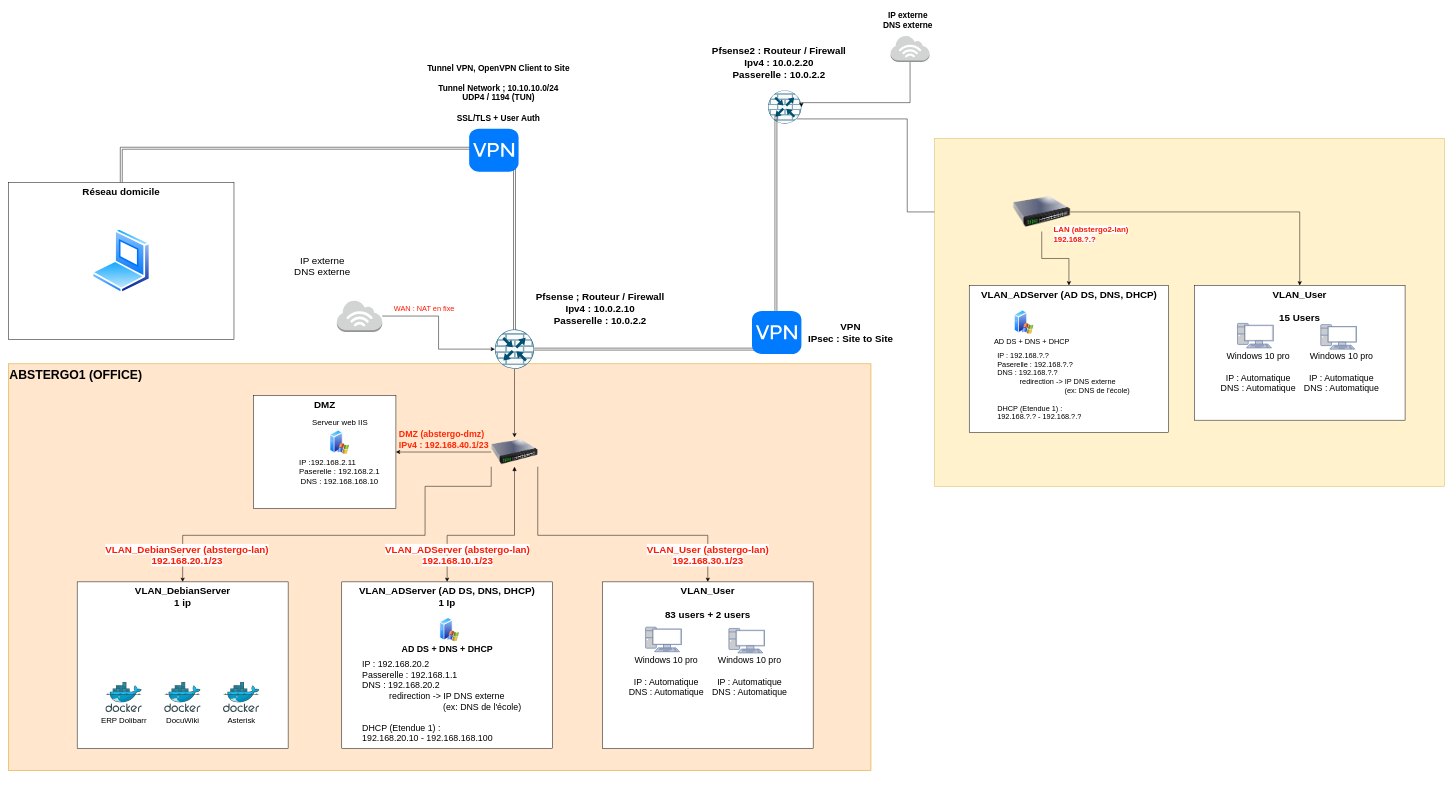
This is New Network Architecture Abstergo.drawio from CharifMah/AbstergoAnimus, a draw.io file, before an edit. Source tidied: cells renumbered, new cells numbered last; positions are measured from the earlier drawing's top-left corner, leaving out a move shared by most shapes. Both pictures are drawn from the tidied source at 49%, with x=0, y=0 at pixel (8, 8).
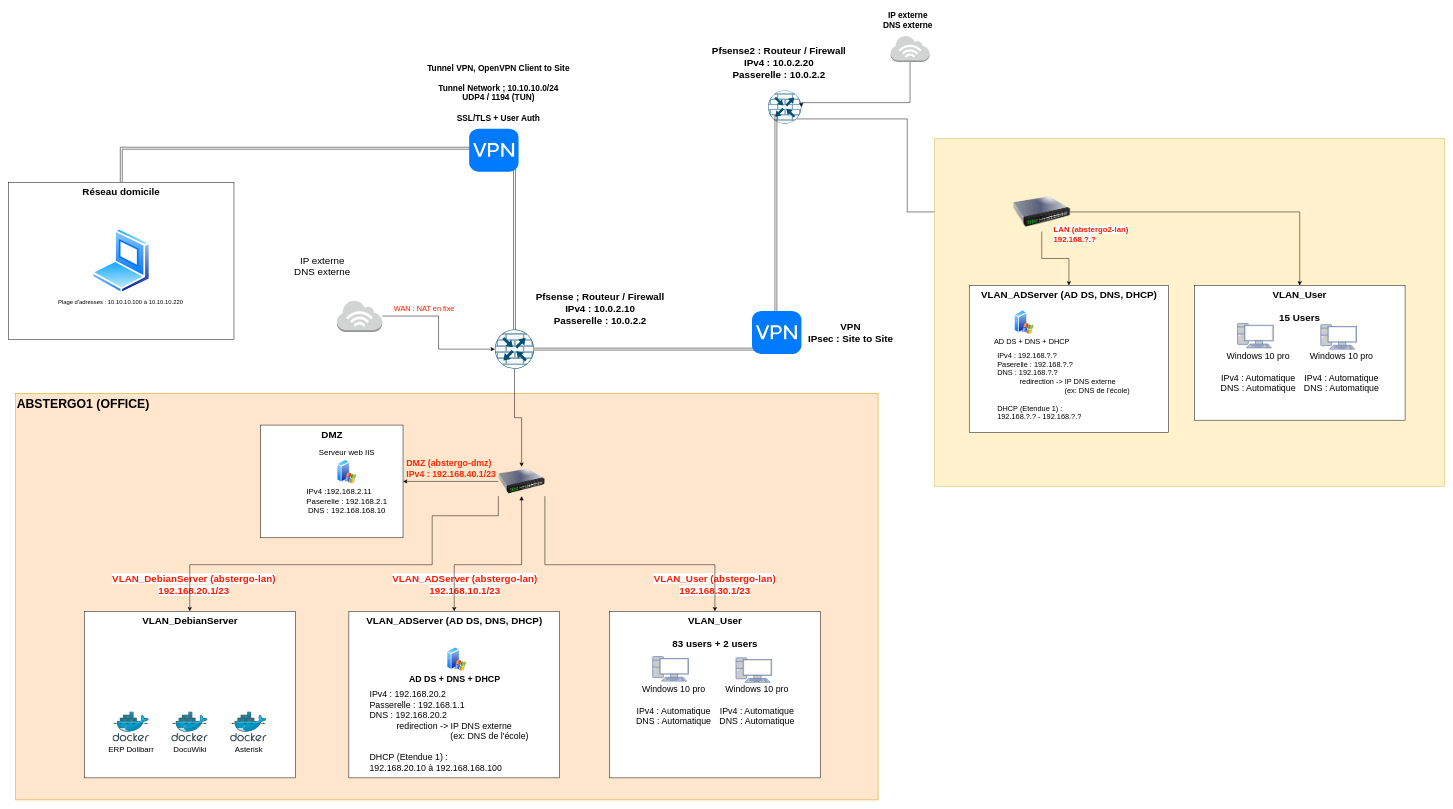
After the change.

Unchanged cells that the change refers to:
```xml
<mxCell id="5" style="sketch=0;points=[[0.5,0,0],[1,0.5,0],[0.5,1,0],[0,0.5,0],[0.145,0.145,0],[0.8555,0.145,0],[0.855,0.8555,0],[0.145,0.855,0]];verticalLabelPosition=bottom;html=1;verticalAlign=top;align=center;shape=mxgraph.cisco19.rect;prIcon=router_with_firewall;fillColor=#FAFAFA;strokeColor=#005073;fontSize=15;" parent="1" vertex="1">
  <mxGeometry x="992.5" y="655" width="80" height="80" as="geometry" />
</mxCell>
<mxCell id="27" style="group;" parent="1" vertex="1">
  <mxGeometry y="355" width="460" height="320" as="geometry" />
</mxCell>
<mxCell id="34" style="group;" parent="32" vertex="1">
  <mxGeometry x="37" y="50" width="308" height="235" as="geometry" />
</mxCell>
<mxCell id="40" style="group;" parent="38" vertex="1">
  <mxGeometry x="210" y="80" width="180" height="147.5" as="geometry" />
</mxCell>
<mxCell id="43" style="group;" parent="38" vertex="1">
  <mxGeometry x="40" y="77.5" width="180" height="150" as="geometry" />
</mxCell>
<mxCell id="53" style="group;" parent="51" vertex="1">
  <mxGeometry y="85" width="430.5" height="340" as="geometry" />
</mxCell>
<mxCell id="62" style="group;" parent="61" vertex="1">
  <mxGeometry width="430" height="340" as="geometry" />
</mxCell>
<mxCell id="64" style="group;" parent="62" vertex="1">
  <mxGeometry x="40" y="72.5" width="350" height="267.5" as="geometry" />
</mxCell>
<mxCell id="71" value="&lt;font style=&quot;font-size: 20px;&quot;&gt;&lt;b&gt;VLAN_User&lt;br&gt;&lt;br&gt;83 users + 2 users&lt;br&gt;&lt;/b&gt;&lt;/font&gt;" style="rounded=0;whiteSpace=wrap;html=1;verticalAlign=top;" parent="70" vertex="1">
  <mxGeometry width="430" height="340" as="geometry" />
</mxCell>
<mxCell id="72" style="group;" parent="70" vertex="1">
  <mxGeometry x="210" y="95" width="180" height="147.5" as="geometry" />
</mxCell>
<mxCell id="75" style="group;" parent="70" vertex="1">
  <mxGeometry x="40" y="92.5" width="180" height="150" as="geometry" />
</mxCell>
<mxCell id="81" value="&lt;font style=&quot;font-size: 20px;&quot;&gt;&lt;b&gt;DMZ&lt;/b&gt;&lt;/font&gt;" style="rounded=0;whiteSpace=wrap;html=1;verticalAlign=top;" parent="80" vertex="1">
  <mxGeometry width="290.5" height="230" as="geometry" />
</mxCell>
<mxCell id="82" style="group;" parent="80" vertex="1">
  <mxGeometry x="80.2" y="40" width="190" height="150" as="geometry" />
</mxCell>
```

Diff of the diagram source:
```diff
@@
-    <mxCell id="2" value="&lt;font size=&quot;1&quot; style=&quot;&quot;&gt;&lt;b style=&quot;font-size: 25px;&quot;&gt;ABSTERGO1 (OFFICE)&lt;/b&gt;&lt;/font&gt;" style="rounded=0;whiteSpace=wrap;html=1;verticalAlign=top;fillColor=#ffe6cc;strokeColor=#d79b00;align=left;" parent="1" vertex="1">
-      <mxGeometry y="725" width="1760" height="830" as="geometry" />
-    </mxCell>
-    <mxCell id="3" style="edgeStyle=orthogonalEdgeStyle;rounded=0;jettySize=auto;html=1;exitX=0;exitY=1;exitDx=0;exitDy=0;entryX=0.5;entryY=0;entryDx=0;entryDy=0;" parent="1" edge="1" source="11" target="54">
-      <mxGeometry relative="1" as="geometry">
-        <Array as="points">
-          <mxPoint x="985" y="975" />
-          <mxPoint x="850" y="975" />
-          <mxPoint x="850" y="1075" />
-          <mxPoint x="355" y="1075" />
-        </Array>
-      </mxGeometry>
-    </mxCell>
-    <mxCell id="4" style="edgeStyle=orthogonalEdgeStyle;rounded=0;jettySize=auto;html=1;exitX=0.5;exitY=1;exitDx=0;exitDy=0;exitPerimeter=0;entryX=0.5;entryY=0;entryDx=0;entryDy=0;" parent="1" edge="1" source="5" target="11">
-      <mxGeometry relative="1" as="geometry" />
-    </mxCell>
@@
-    <mxCell id="8" style="edgeStyle=orthogonalEdgeStyle;rounded=0;jettySize=auto;html=1;exitX=1;exitY=1;exitDx=0;exitDy=0;entryX=0.5;entryY=0;entryDx=0;entryDy=0;" parent="1" edge="1" source="11" target="71">
-      <mxGeometry relative="1" as="geometry">
-        <Array as="points">
-          <mxPoint x="1080" y="1075" />
-          <mxPoint x="1427" y="1075" />
-        </Array>
-      </mxGeometry>
-    </mxCell>
-    <mxCell id="9" style="edgeStyle=orthogonalEdgeStyle;rounded=0;jettySize=auto;html=1;entryX=0.5;entryY=0;entryDx=0;entryDy=0;startArrow=block;startFill=1;" parent="1" edge="1" source="11" target="63">
-      <mxGeometry relative="1" as="geometry">
-        <Array as="points">
-          <mxPoint x="1033" y="1075" />
-          <mxPoint x="895" y="1075" />
-        </Array>
-      </mxGeometry>
-    </mxCell>
-    <mxCell id="10" style="edgeStyle=orthogonalEdgeStyle;rounded=0;jettySize=auto;html=1;entryX=1;entryY=0.5;entryDx=0;entryDy=0;" parent="1" edge="1" source="11" target="81">
-      <mxGeometry relative="1" as="geometry" />
-    </mxCell>
-    <mxCell id="11" style="image;html=1;image=img/lib/clip_art/networking/Switch_128x128.png;" parent="1" vertex="1">
-      <mxGeometry x="985" y="875" width="95" height="60" as="geometry" />
-    </mxCell>
@@
-    <mxCell id="15" value="&lt;font style=&quot;font-size: 20px;&quot;&gt;Pfsense2 : Routeur / Firewall&lt;br style=&quot;font-size: 20px;&quot;&gt;Ipv4 : 10.0.2.20&lt;br style=&quot;font-size: 20px;&quot;&gt;Passerelle : 10.0.2.2&lt;br style=&quot;font-size: 20px;&quot;&gt;&lt;/font&gt;" style="text;html=1;align=center;verticalAlign=middle;strokeColor=none;fillColor=none;fontSize=20;fontStyle=1;" parent="1" vertex="1">
+    <mxCell id="15" value="&lt;font style=&quot;font-size: 20px;&quot;&gt;Pfsense2 : Routeur / Firewall&lt;br style=&quot;font-size: 20px;&quot;&gt;IPv4 : 10.0.2.20&lt;br style=&quot;font-size: 20px;&quot;&gt;Passerelle : 10.0.2.2&lt;br style=&quot;font-size: 20px;&quot;&gt;&lt;/font&gt;" style="text;html=1;align=center;verticalAlign=middle;strokeColor=none;fillColor=none;fontSize=20;fontStyle=1;" parent="1" vertex="1">
       <mxGeometry x="1422" y="65" width="300" height="90" as="geometry" />
     </mxCell>
@@
-    <mxCell id="20" value="&lt;font style=&quot;font-size: 20px;&quot;&gt;&lt;b style=&quot;border-color: var(--border-color);&quot;&gt;Pfsense ; Routeur / Firewall&lt;/b&gt;&lt;b style=&quot;font-size: 20px;&quot;&gt;&lt;br&gt;Ipv4 : 10.0.2.10&lt;br style=&quot;font-size: 20px;&quot;&gt;Passerelle : 10.0.2.2&lt;/b&gt;&lt;br style=&quot;font-size: 20px;&quot;&gt;&lt;/font&gt;" style="text;html=1;strokeColor=none;fillColor=none;align=center;verticalAlign=middle;whiteSpace=wrap;rounded=0;fontSize=20;" parent="1" vertex="1">
+    <mxCell id="20" value="&lt;font style=&quot;font-size: 20px;&quot;&gt;&lt;b style=&quot;border-color: var(--border-color);&quot;&gt;Pfsense ; Routeur / Firewall&lt;/b&gt;&lt;b style=&quot;font-size: 20px;&quot;&gt;&lt;br&gt;IPv4 : 10.0.2.10&lt;br style=&quot;font-size: 20px;&quot;&gt;Passerelle : 10.0.2.2&lt;/b&gt;&lt;br style=&quot;font-size: 20px;&quot;&gt;&lt;/font&gt;" style="text;html=1;strokeColor=none;fillColor=none;align=center;verticalAlign=middle;whiteSpace=wrap;rounded=0;fontSize=20;" parent="1" vertex="1">
       <mxGeometry x="1070" y="562" width="275" height="100" as="geometry" />
     </mxCell>
@@
-    <mxCell id="29" style="image;perimeter=ellipsePerimeter;html=1;align=center;shadow=0;dashed=0;spacingTop=3;image=img/lib/active_directory/laptop_client.svg;" parent="27" vertex="1">
+    <mxCell id="29" value="Plage d'adresses : &lt;font style=&quot;font-size: 12px;&quot;&gt;10.10.10.100 à 10.10.10.220&lt;/font&gt;&amp;nbsp;" style="image;perimeter=ellipsePerimeter;html=1;align=center;shadow=0;dashed=0;spacingTop=3;image=img/lib/active_directory/laptop_client.svg;" parent="27" vertex="1">
       <mxGeometry x="169.7" y="93" width="120.6" height="134" as="geometry" />
     </mxCell>
@@
-    <mxCell id="37" value="IP : 192.168.?.?&lt;br style=&quot;font-size: 15px;&quot;&gt;Paserelle : 192.168.?.?&lt;br style=&quot;font-size: 15px;&quot;&gt;DNS : 192.168.?.?&lt;br style=&quot;font-size: 15px;&quot;&gt;&amp;nbsp; &amp;nbsp; &amp;nbsp; &amp;nbsp; &amp;nbsp; &amp;nbsp;redirection -&amp;gt; IP DNS externe&lt;br style=&quot;font-size: 15px;&quot;&gt;&amp;nbsp; &amp;nbsp; &amp;nbsp; &amp;nbsp; &amp;nbsp; &amp;nbsp; &amp;nbsp; &amp;nbsp; &amp;nbsp; &amp;nbsp; &amp;nbsp; &amp;nbsp; &amp;nbsp; &amp;nbsp; &amp;nbsp; &amp;nbsp; &amp;nbsp;(ex: DNS de l'école)&lt;br style=&quot;font-size: 15px;&quot;&gt;&lt;br style=&quot;font-size: 15px;&quot;&gt;DHCP (Etendue 1) :&lt;br style=&quot;font-size: 15px;&quot;&gt;192.168.?.? - 192.168.?.?" style="text;html=1;align=left;verticalAlign=middle;strokeColor=none;fillColor=none;fontSize=15;" parent="34" vertex="1">
+    <mxCell id="37" value="IPv4 : 192.168.?.?&lt;br style=&quot;font-size: 15px;&quot;&gt;Paserelle : 192.168.?.?&lt;br style=&quot;font-size: 15px;&quot;&gt;DNS : 192.168.?.?&lt;br style=&quot;font-size: 15px;&quot;&gt;&amp;nbsp; &amp;nbsp; &amp;nbsp; &amp;nbsp; &amp;nbsp; &amp;nbsp;redirection -&amp;gt; IP DNS externe&lt;br style=&quot;font-size: 15px;&quot;&gt;&amp;nbsp; &amp;nbsp; &amp;nbsp; &amp;nbsp; &amp;nbsp; &amp;nbsp; &amp;nbsp; &amp;nbsp; &amp;nbsp; &amp;nbsp; &amp;nbsp; &amp;nbsp; &amp;nbsp; &amp;nbsp; &amp;nbsp; &amp;nbsp; &amp;nbsp;(ex: DNS de l'école)&lt;br style=&quot;font-size: 15px;&quot;&gt;&lt;br style=&quot;font-size: 15px;&quot;&gt;DHCP (Etendue 1) :&lt;br style=&quot;font-size: 15px;&quot;&gt;192.168.?.? - 192.168.?.?" style="text;html=1;align=left;verticalAlign=middle;strokeColor=none;fillColor=none;fontSize=15;" parent="34" vertex="1">
       <mxGeometry x="18" y="75" width="290" height="160" as="geometry" />
     </mxCell>
@@
-    <mxCell id="41" value="Windows 10 pro&lt;br style=&quot;font-size: 18px;&quot;&gt;&lt;br style=&quot;font-size: 18px;&quot;&gt;IP : Automatique&lt;br style=&quot;font-size: 18px;&quot;&gt;DNS : Automatique" style="text;html=1;align=center;verticalAlign=middle;strokeColor=none;fillColor=none;fontSize=18;" parent="40" vertex="1">
+    <mxCell id="41" value="Windows 10 pro&lt;br style=&quot;font-size: 18px;&quot;&gt;&lt;br style=&quot;font-size: 18px;&quot;&gt;IPv4 : Automatique&lt;br style=&quot;font-size: 18px;&quot;&gt;DNS : Automatique" style="text;html=1;align=center;verticalAlign=middle;strokeColor=none;fillColor=none;fontSize=18;" parent="40" vertex="1">
       <mxGeometry y="47.5" width="180" height="100" as="geometry" />
     </mxCell>
@@
-    <mxCell id="44" value="Windows 10 pro&lt;br style=&quot;font-size: 18px;&quot;&gt;&lt;br style=&quot;font-size: 18px;&quot;&gt;IP : Automatique&lt;br style=&quot;font-size: 18px;&quot;&gt;DNS : Automatique" style="text;html=1;align=center;verticalAlign=middle;strokeColor=none;fillColor=none;fontSize=18;" parent="43" vertex="1">
+    <mxCell id="44" value="Windows 10 pro&lt;br style=&quot;font-size: 18px;&quot;&gt;&lt;br style=&quot;font-size: 18px;&quot;&gt;IPv4 : Automatique&lt;br style=&quot;font-size: 18px;&quot;&gt;DNS : Automatique" style="text;html=1;align=center;verticalAlign=middle;strokeColor=none;fillColor=none;fontSize=18;" parent="43" vertex="1">
       <mxGeometry y="50" width="180" height="100" as="geometry" />
     </mxCell>
@@
+    <mxCell id="86" style="group;" parent="1" vertex="1">
+      <mxGeometry x="14.5" y="785" width="1760" height="830" as="geometry" />
+    </mxCell>
+    <mxCell id="2" value="&lt;font size=&quot;1&quot; style=&quot;&quot;&gt;&lt;b style=&quot;font-size: 25px;&quot;&gt;ABSTERGO1 (OFFICE)&lt;/b&gt;&lt;/font&gt;" style="rounded=0;whiteSpace=wrap;html=1;verticalAlign=top;fillColor=#ffe6cc;strokeColor=#d79b00;align=left;" parent="86" vertex="1">
+      <mxGeometry width="1760" height="830" as="geometry" />
+    </mxCell>
+    <mxCell id="11" style="image;html=1;image=img/lib/clip_art/networking/Switch_128x128.png;" parent="86" vertex="1">
+      <mxGeometry x="985" y="150" width="95" height="60" as="geometry" />
+    </mxCell>
-    <mxCell id="51" style="group;" parent="1" vertex="1">
-      <mxGeometry x="140" y="1085" width="430.5" height="425" as="geometry" />
+    <mxCell id="51" style="group;" parent="86" vertex="1">
+      <mxGeometry x="140" y="360" width="430.5" height="425" as="geometry" />
     </mxCell>
@@
-    <mxCell id="54" value="&lt;font style=&quot;font-size: 20px;&quot;&gt;&lt;b&gt;VLAN_DebianServer&lt;br&gt;1 ip&lt;br&gt;&lt;/b&gt;&lt;/font&gt;" style="rounded=0;whiteSpace=wrap;html=1;verticalAlign=top;" parent="53" vertex="1">
+    <mxCell id="54" value="&lt;font style=&quot;font-size: 20px;&quot;&gt;&lt;b&gt;VLAN_DebianServer&lt;br&gt;&lt;/b&gt;&lt;/font&gt;" style="rounded=0;whiteSpace=wrap;html=1;verticalAlign=top;" parent="53" vertex="1">
       <mxGeometry width="430.5" height="340" as="geometry" />
     </mxCell>
@@
+    <mxCell id="3" style="edgeStyle=orthogonalEdgeStyle;rounded=0;jettySize=auto;html=1;exitX=0;exitY=1;exitDx=0;exitDy=0;entryX=0.5;entryY=0;entryDx=0;entryDy=0;" parent="86" edge="1" source="11" target="54">
+      <mxGeometry relative="1" as="geometry">
+        <Array as="points">
+          <mxPoint x="985" y="250" />
+          <mxPoint x="850" y="250" />
+          <mxPoint x="850" y="350" />
+          <mxPoint x="355" y="350" />
+        </Array>
+      </mxGeometry>
+    </mxCell>
-    <mxCell id="59" style="group;" parent="1" vertex="1">
-      <mxGeometry x="680" y="1085" width="443" height="425" as="geometry" />
+    <mxCell id="59" style="group;" parent="86" vertex="1">
+      <mxGeometry x="680" y="360" width="443" height="425" as="geometry" />
     </mxCell>
@@
-    <mxCell id="63" value="&lt;font style=&quot;font-size: 20px;&quot;&gt;&lt;b&gt;VLAN_ADServer (AD DS, DNS, DHCP)&lt;br&gt;1 Ip&lt;br&gt;&lt;br&gt;&lt;/b&gt;&lt;/font&gt;" style="rounded=0;whiteSpace=wrap;html=1;verticalAlign=top;" parent="62" vertex="1">
+    <mxCell id="63" value="&lt;font style=&quot;font-size: 20px;&quot;&gt;&lt;b&gt;VLAN_ADServer (AD DS, DNS, DHCP)&lt;br&gt;&lt;br&gt;&lt;/b&gt;&lt;/font&gt;" style="rounded=0;whiteSpace=wrap;html=1;verticalAlign=top;" parent="62" vertex="1">
       <mxGeometry width="430" height="340" as="geometry" />
     </mxCell>
@@
-    <mxCell id="66" value="IP : 192.168.20.2&lt;br style=&quot;font-size: 18px;&quot;&gt;Passerelle : 192.168.1.1&lt;br style=&quot;font-size: 18px;&quot;&gt;DNS : 192.168.20.2&lt;br style=&quot;font-size: 18px;&quot;&gt;&amp;nbsp; &amp;nbsp; &amp;nbsp; &amp;nbsp; &amp;nbsp; &amp;nbsp;redirection -&amp;gt; IP DNS externe&lt;br style=&quot;font-size: 18px;&quot;&gt;&amp;nbsp; &amp;nbsp; &amp;nbsp; &amp;nbsp; &amp;nbsp; &amp;nbsp; &amp;nbsp; &amp;nbsp; &amp;nbsp; &amp;nbsp; &amp;nbsp; &amp;nbsp; &amp;nbsp; &amp;nbsp; &amp;nbsp; &amp;nbsp; &amp;nbsp;(ex: DNS de l'école)&lt;br style=&quot;font-size: 18px;&quot;&gt;&lt;br style=&quot;font-size: 18px;&quot;&gt;DHCP (Etendue 1) :&lt;br style=&quot;font-size: 18px;&quot;&gt;192.168.20.10 - 192.168.168.100" style="text;html=1;align=left;verticalAlign=middle;strokeColor=none;fillColor=none;fontSize=18;" parent="64" vertex="1">
+    <mxCell id="66" value="IPv4 : 192.168.20.2&lt;br style=&quot;font-size: 18px;&quot;&gt;Passerelle : 192.168.1.1&lt;br style=&quot;font-size: 18px;&quot;&gt;DNS : 192.168.20.2&lt;br style=&quot;font-size: 18px;&quot;&gt;&amp;nbsp; &amp;nbsp; &amp;nbsp; &amp;nbsp; &amp;nbsp; &amp;nbsp;redirection -&amp;gt; IP DNS externe&lt;br style=&quot;font-size: 18px;&quot;&gt;&amp;nbsp; &amp;nbsp; &amp;nbsp; &amp;nbsp; &amp;nbsp; &amp;nbsp; &amp;nbsp; &amp;nbsp; &amp;nbsp; &amp;nbsp; &amp;nbsp; &amp;nbsp; &amp;nbsp; &amp;nbsp; &amp;nbsp; &amp;nbsp; &amp;nbsp;(ex: DNS de l'école)&lt;br style=&quot;font-size: 18px;&quot;&gt;&lt;br style=&quot;font-size: 18px;&quot;&gt;DHCP (Etendue 1) :&lt;br style=&quot;font-size: 18px;&quot;&gt;192.168.20.10 à 192.168.168.100" style="text;html=1;align=left;verticalAlign=middle;strokeColor=none;fillColor=none;fontSize=18;" parent="64" vertex="1">
       <mxGeometry y="77.5" width="350" height="190" as="geometry" />
     </mxCell>
@@
+    <mxCell id="9" style="edgeStyle=orthogonalEdgeStyle;rounded=0;jettySize=auto;html=1;entryX=0.5;entryY=0;entryDx=0;entryDy=0;startArrow=block;startFill=1;" parent="86" edge="1" source="11" target="63">
+      <mxGeometry relative="1" as="geometry">
+        <Array as="points">
+          <mxPoint x="1033" y="350" />
+          <mxPoint x="895" y="350" />
+        </Array>
+      </mxGeometry>
+    </mxCell>
-    <mxCell id="68" style="group;" parent="1" vertex="1">
-      <mxGeometry x="1212" y="1085" width="430" height="425" as="geometry" />
+    <mxCell id="68" style="group;" parent="86" vertex="1">
+      <mxGeometry x="1212" y="360" width="430" height="425" as="geometry" />
     </mxCell>
@@
-    <mxCell id="73" value="Windows 10 pro&lt;br style=&quot;font-size: 18px;&quot;&gt;&lt;br style=&quot;font-size: 18px;&quot;&gt;IP : Automatique&lt;br style=&quot;font-size: 18px;&quot;&gt;DNS : Automatique" style="text;html=1;align=center;verticalAlign=middle;strokeColor=none;fillColor=none;fontSize=18;" parent="72" vertex="1">
+    <mxCell id="73" value="Windows 10 pro&lt;br style=&quot;font-size: 18px;&quot;&gt;&lt;br style=&quot;font-size: 18px;&quot;&gt;IPv4&amp;nbsp;: Automatique&lt;br style=&quot;font-size: 18px;&quot;&gt;DNS : Automatique" style="text;html=1;align=center;verticalAlign=middle;strokeColor=none;fillColor=none;fontSize=18;" parent="72" vertex="1">
       <mxGeometry y="47.5" width="180" height="100" as="geometry" />
     </mxCell>
@@
-    <mxCell id="76" value="Windows 10 pro&lt;br style=&quot;font-size: 18px;&quot;&gt;&lt;br style=&quot;font-size: 18px;&quot;&gt;IP : Automatique&lt;br style=&quot;font-size: 18px;&quot;&gt;DNS : Automatique" style="text;html=1;align=center;verticalAlign=middle;strokeColor=none;fillColor=none;fontSize=18;" parent="75" vertex="1">
+    <mxCell id="76" value="Windows 10 pro&lt;br style=&quot;font-size: 18px;&quot;&gt;&lt;br style=&quot;font-size: 18px;&quot;&gt;IPv4 : Automatique&lt;br style=&quot;font-size: 18px;&quot;&gt;DNS : Automatique" style="text;html=1;align=center;verticalAlign=middle;strokeColor=none;fillColor=none;fontSize=18;" parent="75" vertex="1">
       <mxGeometry y="50" width="180" height="100" as="geometry" />
     </mxCell>
@@
+    <mxCell id="8" style="edgeStyle=orthogonalEdgeStyle;rounded=0;jettySize=auto;html=1;exitX=1;exitY=1;exitDx=0;exitDy=0;entryX=0.5;entryY=0;entryDx=0;entryDy=0;" parent="86" edge="1" source="11" target="71">
+      <mxGeometry relative="1" as="geometry">
+        <Array as="points">
+          <mxPoint x="1080" y="350" />
+          <mxPoint x="1427" y="350" />
+        </Array>
+      </mxGeometry>
+    </mxCell>
-    <mxCell id="78" style="group;" parent="1" vertex="1">
-      <mxGeometry x="500" y="790" width="505" height="230" as="geometry" />
+    <mxCell id="78" style="group;" parent="86" vertex="1">
+      <mxGeometry x="500" y="65" width="505" height="230" as="geometry" />
     </mxCell>
@@
-    <mxCell id="85" value="&lt;div style=&quot;text-align: left; font-size: 16px;&quot;&gt;&lt;span style=&quot;background-color: initial; font-size: 16px;&quot;&gt;IP :192.168.2.11&lt;/span&gt;&lt;/div&gt;Paserelle : 192.168.2.1&lt;br style=&quot;font-size: 16px;&quot;&gt;DNS : 192.168.168.10" style="text;html=1;align=center;verticalAlign=middle;strokeColor=none;fillColor=none;fontSize=16;" parent="82" vertex="1">
+    <mxCell id="85" value="&lt;div style=&quot;text-align: left; font-size: 16px;&quot;&gt;&lt;span style=&quot;background-color: initial; font-size: 16px;&quot;&gt;IPv4 :192.168.2.11&lt;/span&gt;&lt;/div&gt;Paserelle : 192.168.2.1&lt;br&gt;DNS : 192.168.168.10" style="text;html=1;align=center;verticalAlign=middle;strokeColor=none;fillColor=none;fontSize=16;" parent="82" vertex="1">
       <mxGeometry y="80" width="190" height="70" as="geometry" />
     </mxCell>
+    <mxCell id="10" style="edgeStyle=orthogonalEdgeStyle;rounded=0;jettySize=auto;html=1;entryX=1;entryY=0.5;entryDx=0;entryDy=0;" parent="86" edge="1" source="11" target="81">
+      <mxGeometry relative="1" as="geometry" />
+    </mxCell>
+    <mxCell id="4" style="edgeStyle=orthogonalEdgeStyle;rounded=0;jettySize=auto;html=1;exitX=0.5;exitY=1;exitDx=0;exitDy=0;exitPerimeter=0;entryX=0.5;entryY=0;entryDx=0;entryDy=0;" parent="1" edge="1" source="5" target="11">
+      <mxGeometry relative="1" as="geometry" />
+    </mxCell>
```
